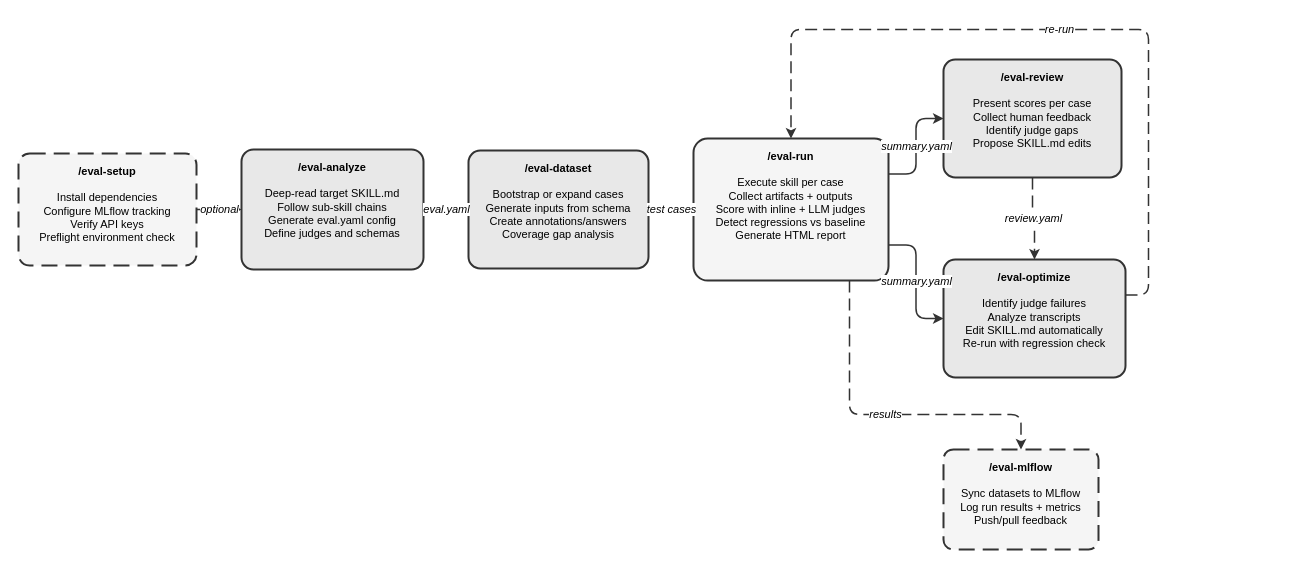
Earlier version of the draw.io diagram site/docs/plugins/agent-eval-harness/pipeline.drawio (opendatahub-io/skills-registry). Source tidied: cells renumbered, new cells numbered last; positions are measured from the earlier drawing's top-left corner, leaving out a move shared by most shapes. Both pictures are drawn from the tidied source at 100%, with x=0, y=0 at pixel (18, 29).
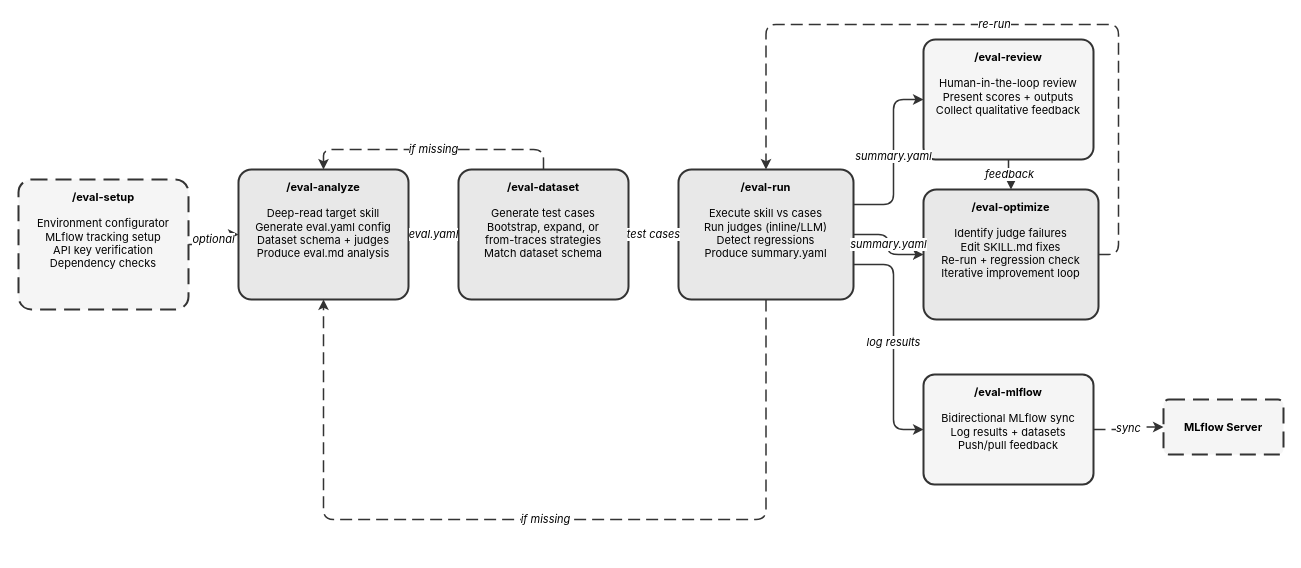
After the change.

The edit, as a diff of the source:
```diff
@@
-    <mxCell id="2" value="&lt;b&gt;/eval-setup&lt;/b&gt;&lt;br&gt;&lt;br&gt;Install dependencies&lt;br&gt;Configure MLflow tracking&lt;br&gt;Verify API keys&lt;br&gt;Preflight environment check" style="rounded=1;whiteSpace=wrap;html=1;fillColor=#f5f5f5;strokeColor=#333333;strokeWidth=2;arcSize=10;dashed=1;dashPattern=8 4;verticalAlign=top;spacingTop=5;fontSize=11;" parent="1" vertex="1">
-      <mxGeometry y="124" width="178" height="112" as="geometry" />
+    <mxCell id="2" value="&lt;b&gt;/eval-setup&lt;/b&gt;&lt;br&gt;&lt;br&gt;Environment configurator&lt;br&gt;MLflow tracking setup&lt;br&gt;API key verification&lt;br&gt;Dependency checks" style="rounded=1;whiteSpace=wrap;html=1;fillColor=#f5f5f5;strokeColor=#333333;strokeWidth=2;arcSize=10;dashed=1;dashPattern=8 4;verticalAlign=top;spacingTop=5;fontSize=11;fontFamily=Inter,Helvetica,Arial,sans-serif;" parent="1" vertex="1">
+      <mxGeometry y="150" width="170" height="130" as="geometry" />
     </mxCell>
-    <mxCell id="3" value="&lt;b&gt;/eval-analyze&lt;/b&gt;&lt;br&gt;&lt;br&gt;Deep-read target SKILL.md&lt;br&gt;Follow sub-skill chains&lt;br&gt;Generate eval.yaml config&lt;br&gt;Define judges and schemas" style="rounded=1;whiteSpace=wrap;html=1;fillColor=#e8e8e8;strokeColor=#333333;strokeWidth=2;arcSize=10;verticalAlign=top;spacingTop=5;fontSize=11;" parent="1" vertex="1">
-      <mxGeometry x="223" y="120" width="182" height="120" as="geometry" />
+    <mxCell id="3" value="&lt;b&gt;/eval-analyze&lt;/b&gt;&lt;br&gt;&lt;br&gt;Deep-read target skill&lt;br&gt;Generate eval.yaml config&lt;br&gt;Dataset schema + judges&lt;br&gt;Produce eval.md analysis" style="rounded=1;whiteSpace=wrap;html=1;fillColor=#e8e8e8;strokeColor=#333333;strokeWidth=2;arcSize=10;verticalAlign=top;spacingTop=5;fontSize=11;fontFamily=Inter,Helvetica,Arial,sans-serif;" parent="1" vertex="1">
+      <mxGeometry x="220" y="140" width="170" height="130" as="geometry" />
     </mxCell>
-    <mxCell id="4" value="&lt;b&gt;/eval-dataset&lt;/b&gt;&lt;br&gt;&lt;br&gt;Bootstrap or expand cases&lt;br&gt;Generate inputs from schema&lt;br&gt;Create annotations/answers&lt;br&gt;Coverage gap analysis" style="rounded=1;whiteSpace=wrap;html=1;fillColor=#e8e8e8;strokeColor=#333333;strokeWidth=2;arcSize=10;verticalAlign=top;spacingTop=5;fontSize=11;" parent="1" vertex="1">
-      <mxGeometry x="450" y="121" width="180" height="118" as="geometry" />
+    <mxCell id="4" value="&lt;b&gt;/eval-dataset&lt;/b&gt;&lt;br&gt;&lt;br&gt;Generate test cases&lt;br&gt;Bootstrap, expand, or&lt;br&gt;from-traces strategies&lt;br&gt;Match dataset schema" style="rounded=1;whiteSpace=wrap;html=1;fillColor=#e8e8e8;strokeColor=#333333;strokeWidth=2;arcSize=10;verticalAlign=top;spacingTop=5;fontSize=11;fontFamily=Inter,Helvetica,Arial,sans-serif;" parent="1" vertex="1">
+      <mxGeometry x="440" y="140" width="170" height="130" as="geometry" />
     </mxCell>
-    <mxCell id="5" value="&lt;b&gt;/eval-run&lt;/b&gt;&lt;br&gt;&lt;br&gt;Execute skill per case&lt;br&gt;Collect artifacts + outputs&lt;br&gt;Score with inline + LLM judges&lt;br&gt;Detect regressions vs baseline&lt;br&gt;Generate HTML report" style="rounded=1;whiteSpace=wrap;html=1;fillColor=#f5f5f5;strokeColor=#333333;strokeWidth=2;arcSize=10;verticalAlign=top;spacingTop=5;fontSize=11;" parent="1" vertex="1">
-      <mxGeometry x="675" y="109" width="195" height="142" as="geometry" />
+    <mxCell id="5" value="&lt;b&gt;/eval-run&lt;/b&gt;&lt;br&gt;&lt;br&gt;Execute skill vs cases&lt;br&gt;Run judges (inline/LLM)&lt;br&gt;Detect regressions&lt;br&gt;Produce summary.yaml" style="rounded=1;whiteSpace=wrap;html=1;fillColor=#e8e8e8;strokeColor=#333333;strokeWidth=2;arcSize=10;verticalAlign=top;spacingTop=5;fontSize=11;fontFamily=Inter,Helvetica,Arial,sans-serif;" parent="1" vertex="1">
+      <mxGeometry x="660" y="140" width="175" height="130" as="geometry" />
     </mxCell>
-    <mxCell id="6" value="&lt;b&gt;/eval-review&lt;/b&gt;&lt;br&gt;&lt;br&gt;Present scores per case&lt;br&gt;Collect human feedback&lt;br&gt;Identify judge gaps&lt;br&gt;Propose SKILL.md edits" style="rounded=1;whiteSpace=wrap;html=1;fillColor=#e8e8e8;strokeColor=#333333;strokeWidth=2;arcSize=10;verticalAlign=top;spacingTop=5;fontSize=11;" parent="1" vertex="1">
-      <mxGeometry x="925" y="30" width="178" height="118" as="geometry" />
+    <mxCell id="6" value="&lt;b&gt;/eval-review&lt;/b&gt;&lt;br&gt;&lt;br&gt;Human-in-the-loop review&lt;br&gt;Present scores + outputs&lt;br&gt;Collect qualitative feedback" style="rounded=1;whiteSpace=wrap;html=1;fillColor=#f5f5f5;strokeColor=#333333;strokeWidth=2;arcSize=10;verticalAlign=top;spacingTop=5;fontSize=11;fontFamily=Inter,Helvetica,Arial,sans-serif;" parent="1" vertex="1">
+      <mxGeometry x="905" y="10" width="170" height="120" as="geometry" />
     </mxCell>
-    <mxCell id="7" value="&lt;b&gt;/eval-optimize&lt;/b&gt;&lt;br&gt;&lt;br&gt;Identify judge failures&lt;br&gt;Analyze transcripts&lt;br&gt;Edit SKILL.md automatically&lt;br&gt;Re-run with regression check" style="rounded=1;whiteSpace=wrap;html=1;fillColor=#e8e8e8;strokeColor=#333333;strokeWidth=2;arcSize=10;verticalAlign=top;spacingTop=5;fontSize=11;" parent="1" vertex="1">
-      <mxGeometry x="925" y="230" width="182" height="118" as="geometry" />
+    <mxCell id="7" value="&lt;b&gt;/eval-optimize&lt;/b&gt;&lt;br&gt;&lt;br&gt;Identify judge failures&lt;br&gt;Edit SKILL.md fixes&lt;br&gt;Re-run + regression check&lt;br&gt;Iterative improvement loop" style="rounded=1;whiteSpace=wrap;html=1;fillColor=#e8e8e8;strokeColor=#333333;strokeWidth=2;arcSize=10;verticalAlign=top;spacingTop=5;fontSize=11;fontFamily=Inter,Helvetica,Arial,sans-serif;" parent="1" vertex="1">
+      <mxGeometry x="905" y="160" width="175" height="130" as="geometry" />
     </mxCell>
-    <mxCell id="8" value="&lt;b&gt;/eval-mlflow&lt;/b&gt;&lt;br&gt;&lt;br&gt;Sync datasets to MLflow&lt;br&gt;Log run results + metrics&lt;br&gt;Push/pull feedback" style="rounded=1;whiteSpace=wrap;html=1;fillColor=#f5f5f5;strokeColor=#333333;strokeWidth=2;arcSize=10;dashed=1;dashPattern=8 4;verticalAlign=top;spacingTop=5;fontSize=11;" parent="1" vertex="1">
-      <mxGeometry x="925" y="420" width="155" height="100" as="geometry" />
+    <mxCell id="8" value="&lt;b&gt;/eval-mlflow&lt;/b&gt;&lt;br&gt;&lt;br&gt;Bidirectional MLflow sync&lt;br&gt;Log results + datasets&lt;br&gt;Push/pull feedback" style="rounded=1;whiteSpace=wrap;html=1;fillColor=#f5f5f5;strokeColor=#333333;strokeWidth=2;arcSize=10;verticalAlign=top;spacingTop=5;fontSize=11;fontFamily=Inter,Helvetica,Arial,sans-serif;" parent="1" vertex="1">
+      <mxGeometry x="905" y="345" width="170" height="110" as="geometry" />
     </mxCell>
+    <mxCell id="17" value="&lt;b&gt;MLflow Server&lt;/b&gt;" style="rounded=1;whiteSpace=wrap;html=1;fillColor=#f5f5f5;strokeColor=#333333;strokeWidth=2;arcSize=10;dashed=1;dashPattern=8 4;verticalAlign=middle;fontSize=11;fontFamily=Inter,Helvetica,Arial,sans-serif;" parent="1" vertex="1">
+      <mxGeometry x="1145" y="370" width="120" height="55" as="geometry" />
+    </mxCell>
-    <mxCell id="9" value="optional" style="edgeStyle=orthogonalEdgeStyle;rounded=1;strokeColor=#333333;strokeWidth=1.5;dashed=1;dashPattern=8 4;html=1;fontStyle=2;fontSize=11;exitX=1;exitY=0.5;exitDx=0;exitDy=0;entryX=0;entryY=0.5;entryDx=0;entryDy=0;" parent="1" edge="1" source="2" target="3">
-      <mxGeometry relative="1" as="geometry" />
+    <mxCell id="9" value="optional" style="edgeStyle=orthogonalEdgeStyle;rounded=1;strokeColor=#333333;strokeWidth=1.5;dashed=1;dashPattern=8 4;html=1;fontStyle=2;fontSize=11;fontFamily=Inter,Helvetica,Arial,sans-serif;exitX=1;exitY=0.5;exitDx=0;exitDy=0;entryX=0;entryY=0.5;entryDx=0;entryDy=0;" parent="1" edge="1" source="2" target="3">
+      <mxGeometry relative="1" as="geometry">
+        <Array as="points">
+          <mxPoint x="195" y="215" />
+          <mxPoint x="195" y="205" />
+        </Array>
+      </mxGeometry>
     </mxCell>
-    <mxCell id="10" value="eval.yaml" style="edgeStyle=orthogonalEdgeStyle;rounded=1;strokeColor=#333333;strokeWidth=1.5;html=1;fontStyle=2;fontSize=11;exitX=1;exitY=0.5;exitDx=0;exitDy=0;entryX=0;entryY=0.5;entryDx=0;entryDy=0;" parent="1" edge="1" source="3" target="4">
+    <mxCell id="10" value="eval.yaml" style="edgeStyle=orthogonalEdgeStyle;rounded=1;strokeColor=#333333;strokeWidth=1.5;html=1;fontStyle=2;fontSize=11;fontFamily=Inter,Helvetica,Arial,sans-serif;exitX=1;exitY=0.5;exitDx=0;exitDy=0;entryX=0;entryY=0.5;entryDx=0;entryDy=0;" parent="1" edge="1" source="3" target="4">
       <mxGeometry relative="1" as="geometry" />
     </mxCell>
-    <mxCell id="11" value="test cases" style="edgeStyle=orthogonalEdgeStyle;rounded=1;strokeColor=#333333;strokeWidth=1.5;html=1;fontStyle=2;fontSize=11;exitX=1;exitY=0.5;exitDx=0;exitDy=0;entryX=0;entryY=0.5;entryDx=0;entryDy=0;" parent="1" edge="1" source="4" target="5">
+    <mxCell id="11" value="test cases" style="edgeStyle=orthogonalEdgeStyle;rounded=1;strokeColor=#333333;strokeWidth=1.5;html=1;fontStyle=2;fontSize=11;fontFamily=Inter,Helvetica,Arial,sans-serif;exitX=1;exitY=0.5;exitDx=0;exitDy=0;entryX=0;entryY=0.5;entryDx=0;entryDy=0;" parent="1" edge="1" source="4" target="5">
       <mxGeometry relative="1" as="geometry" />
     </mxCell>
-    <mxCell id="12" value="summary.yaml" style="edgeStyle=orthogonalEdgeStyle;rounded=1;strokeColor=#333333;strokeWidth=1.5;html=1;fontStyle=2;fontSize=11;exitX=1;exitY=0.25;exitDx=0;exitDy=0;entryX=0;entryY=0.5;entryDx=0;entryDy=0;" parent="1" edge="1" source="5" target="6">
-      <mxGeometry relative="1" as="geometry" />
+    <mxCell id="12" value="summary.yaml" style="edgeStyle=orthogonalEdgeStyle;rounded=1;strokeColor=#333333;strokeWidth=1.5;html=1;fontStyle=2;fontSize=11;fontFamily=Inter,Helvetica,Arial,sans-serif;exitX=1;exitY=0.27;exitDx=0;exitDy=0;entryX=0;entryY=0.5;entryDx=0;entryDy=0;" parent="1" edge="1" source="5" target="6">
+      <mxGeometry relative="1" as="geometry">
+        <Array as="points">
+          <mxPoint x="875" y="175" />
+          <mxPoint x="875" y="70" />
+        </Array>
+      </mxGeometry>
     </mxCell>
-    <mxCell id="13" value="summary.yaml" style="edgeStyle=orthogonalEdgeStyle;rounded=1;strokeColor=#333333;strokeWidth=1.5;html=1;fontStyle=2;fontSize=11;exitX=1;exitY=0.75;exitDx=0;exitDy=0;entryX=0;entryY=0.5;entryDx=0;entryDy=0;" parent="1" edge="1" source="5" target="7">
-      <mxGeometry relative="1" as="geometry" />
+    <mxCell id="13" value="summary.yaml" style="edgeStyle=orthogonalEdgeStyle;rounded=1;strokeColor=#333333;strokeWidth=1.5;html=1;fontStyle=2;fontSize=11;fontFamily=Inter,Helvetica,Arial,sans-serif;exitX=1;exitY=0.5;exitDx=0;exitDy=0;entryX=0;entryY=0.5;entryDx=0;entryDy=0;" parent="1" edge="1" source="5" target="7">
+      <mxGeometry relative="1" as="geometry">
+        <Array as="points">
+          <mxPoint x="870" y="205" />
+          <mxPoint x="870" y="225" />
+        </Array>
+      </mxGeometry>
     </mxCell>
-    <mxCell id="14" value="re-run" style="edgeStyle=orthogonalEdgeStyle;rounded=1;strokeColor=#333333;strokeWidth=1.5;dashed=1;dashPattern=8 4;html=1;fontStyle=2;fontSize=11;exitX=1;exitY=0.3;exitDx=0;exitDy=0;entryX=0.5;entryY=0;entryDx=0;entryDy=0;" parent="1" edge="1" source="7" target="5">
+    <mxCell id="14" value="log results" style="edgeStyle=orthogonalEdgeStyle;rounded=1;strokeColor=#333333;strokeWidth=1.5;html=1;fontStyle=2;fontSize=11;fontFamily=Inter,Helvetica,Arial,sans-serif;exitX=1;exitY=0.73;exitDx=0;exitDy=0;entryX=0;entryY=0.5;entryDx=0;entryDy=0;" parent="1" edge="1" source="5" target="8">
       <mxGeometry relative="1" as="geometry">
         <Array as="points">
-          <mxPoint x="1130" y="265" />
-          <mxPoint x="1130" />
-          <mxPoint x="772" />
+          <mxPoint x="875" y="235" />
+          <mxPoint x="875" y="400" />
         </Array>
       </mxGeometry>
     </mxCell>
-    <mxCell id="15" value="review.yaml" style="edgeStyle=orthogonalEdgeStyle;rounded=1;strokeColor=#333333;strokeWidth=1.5;dashed=1;dashPattern=8 4;html=1;fontStyle=2;fontSize=11;exitX=0.5;exitY=1;exitDx=0;exitDy=0;entryX=0.5;entryY=0;entryDx=0;entryDy=0;" parent="1" edge="1" source="6" target="7">
+    <mxCell id="15" value="sync" style="edgeStyle=orthogonalEdgeStyle;rounded=1;strokeColor=#333333;strokeWidth=1.5;dashed=1;dashPattern=8 4;html=1;fontStyle=2;fontSize=11;fontFamily=Inter,Helvetica,Arial,sans-serif;exitX=1;exitY=0.5;exitDx=0;exitDy=0;entryX=0;entryY=0.5;entryDx=0;entryDy=0;" parent="1" edge="1" source="8" target="17">
       <mxGeometry relative="1" as="geometry" />
     </mxCell>
-    <mxCell id="16" value="results" style="edgeStyle=orthogonalEdgeStyle;rounded=1;strokeColor=#333333;strokeWidth=1.5;dashed=1;dashPattern=8 4;html=1;fontStyle=2;fontSize=11;exitX=0.8;exitY=1;exitDx=0;exitDy=0;entryX=0.5;entryY=0;entryDx=0;entryDy=0;" parent="1" edge="1" source="5" target="8">
-      <mxGeometry relative="1" as="geometry">
-        <Array as="points">
-          <mxPoint x="831" y="385" />
-          <mxPoint x="1002" y="385" />
-        </Array>
-      </mxGeometry>
-    </mxCell>
+    <mxCell id="18" value="re-run" style="edgeStyle=orthogonalEdgeStyle;rounded=1;strokeColor=#333333;strokeWidth=1.5;dashed=1;dashPattern=8 4;html=1;fontStyle=2;fontSize=11;fontFamily=Inter,Helvetica,Arial,sans-serif;exitX=1;exitY=0.5;exitDx=0;exitDy=0;entryX=0.5;entryY=0;entryDx=0;entryDy=0;" parent="1" edge="1" source="7" target="5">
+      <mxGeometry relative="1" as="geometry">
+        <Array as="points">
+          <mxPoint x="1100" y="225" />
+          <mxPoint x="1100" y="-5" />
+          <mxPoint x="747" y="-5" />
+        </Array>
+      </mxGeometry>
+    </mxCell>
+    <mxCell id="19" value="feedback" style="edgeStyle=orthogonalEdgeStyle;rounded=1;strokeColor=#333333;strokeWidth=1.5;dashed=1;dashPattern=8 4;html=1;fontStyle=2;fontSize=11;fontFamily=Inter,Helvetica,Arial,sans-serif;exitX=0.5;exitY=1;exitDx=0;exitDy=0;entryX=0.5;entryY=0;entryDx=0;entryDy=0;" parent="1" edge="1" source="6" target="7">
+      <mxGeometry relative="1" as="geometry" />
+    </mxCell>
+    <mxCell id="20" value="if missing" style="edgeStyle=orthogonalEdgeStyle;rounded=1;strokeColor=#333333;strokeWidth=1.5;dashed=1;dashPattern=8 4;html=1;fontStyle=2;fontSize=11;fontFamily=Inter,Helvetica,Arial,sans-serif;exitX=0.5;exitY=0;exitDx=0;exitDy=0;entryX=0.5;entryY=0;entryDx=0;entryDy=0;" parent="1" edge="1" source="4" target="3">
+      <mxGeometry relative="1" as="geometry">
+        <Array as="points">
+          <mxPoint x="525" y="120" />
+          <mxPoint x="305" y="120" />
+        </Array>
+      </mxGeometry>
+    </mxCell>
+    <mxCell id="21" value="if missing" style="edgeStyle=orthogonalEdgeStyle;rounded=1;strokeColor=#333333;strokeWidth=1.5;dashed=1;dashPattern=8 4;html=1;fontStyle=2;fontSize=11;fontFamily=Inter,Helvetica,Arial,sans-serif;exitX=0.5;exitY=1;exitDx=0;exitDy=0;entryX=0.5;entryY=1;entryDx=0;entryDy=0;" parent="1" edge="1" source="5" target="3">
+      <mxGeometry relative="1" as="geometry">
+        <Array as="points">
+          <mxPoint x="747" y="490" />
+          <mxPoint x="305" y="490" />
+        </Array>
+      </mxGeometry>
+    </mxCell>
```
